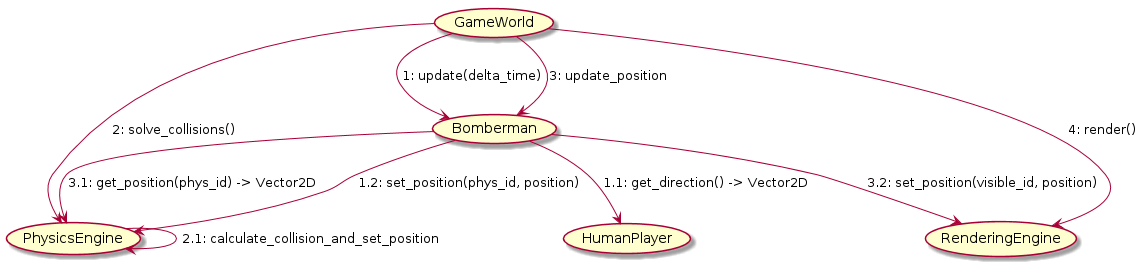
Before: docs/img/Communication_UC_1_2.png, a diagram exported from PlantUML (NadzwyczajnaGrupaRobocza/bomberman).
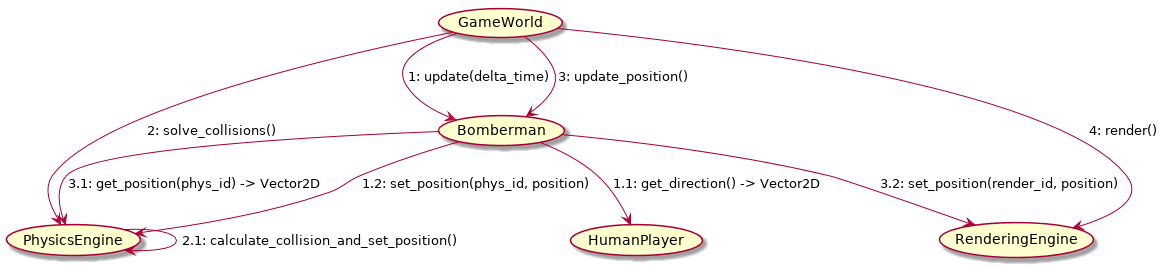
After the commit.

What changed in the source:
```diff
@@ -4,10 +4,10 @@
 (Bomberman) --> (HumanPlayer) : "1.1: get_direction() -> Vector2D"
 (Bomberman) --> (PhysicsEngine) : "1.2: set_position(phys_id, position)"
 (GameWorld) --> (PhysicsEngine) : "2: solve_collisions()"
-(PhysicsEngine) --> (PhysicsEngine) : "2.1: calculate_collision_and_set_position"
-(GameWorld) --> (Bomberman) : "3: update_position"
+(PhysicsEngine) --> (PhysicsEngine) : "2.1: calculate_collision_and_set_position()"
+(GameWorld) --> (Bomberman) : "3: update_position()"
 (Bomberman) --> (PhysicsEngine) : "3.1: get_position(phys_id) -> Vector2D"
-(Bomberman) --> (RenderingEngine) : "3.2: set_position(visible_id, position)"
+(Bomberman) --> (RenderingEngine) : "3.2: set_position(render_id, position)"
 (GameWorld) --> (RenderingEngine) : "4: render()"
 
 @enduml
```
